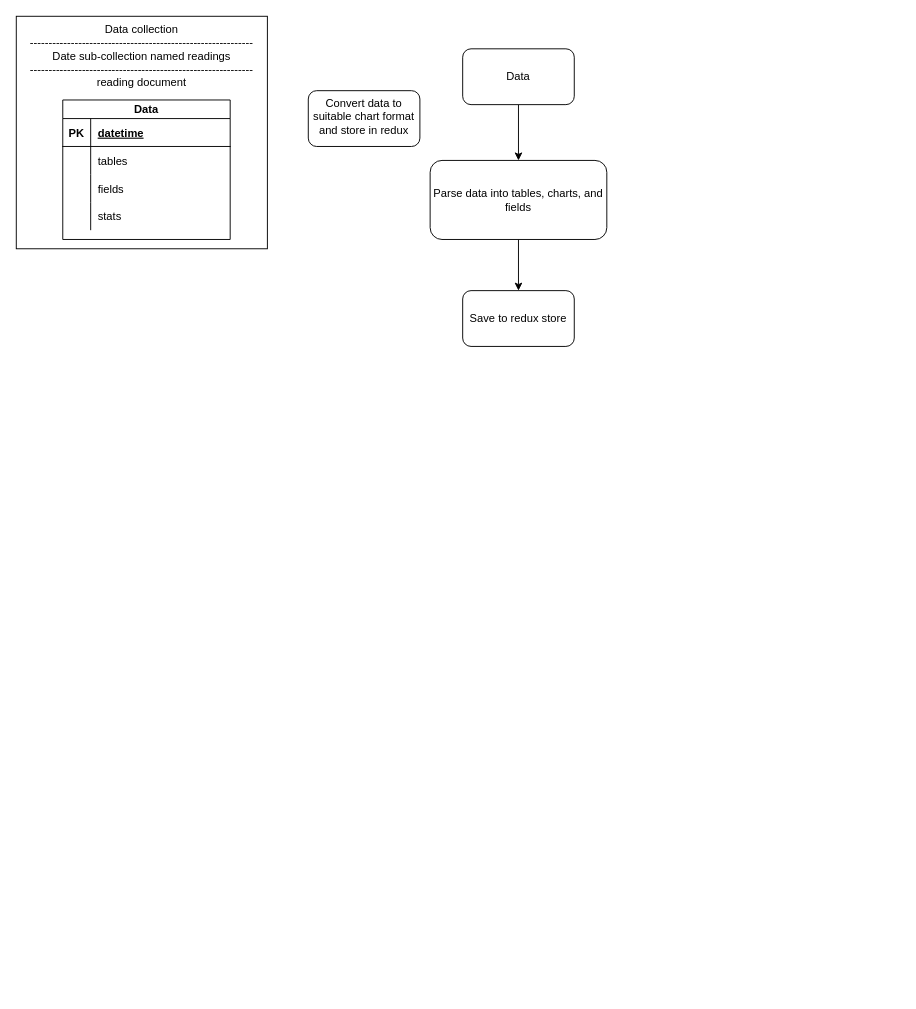
Before: schema.drawio in devnev39/sldc-live, a draw.io diagram. Source tidied: cells renumbered, new cells numbered last; positions are measured from the earlier drawing's top-left corner, leaving out a move shared by most shapes. Both pictures are drawn from the tidied source at 93%, with x=0, y=0 at pixel (16, 16).
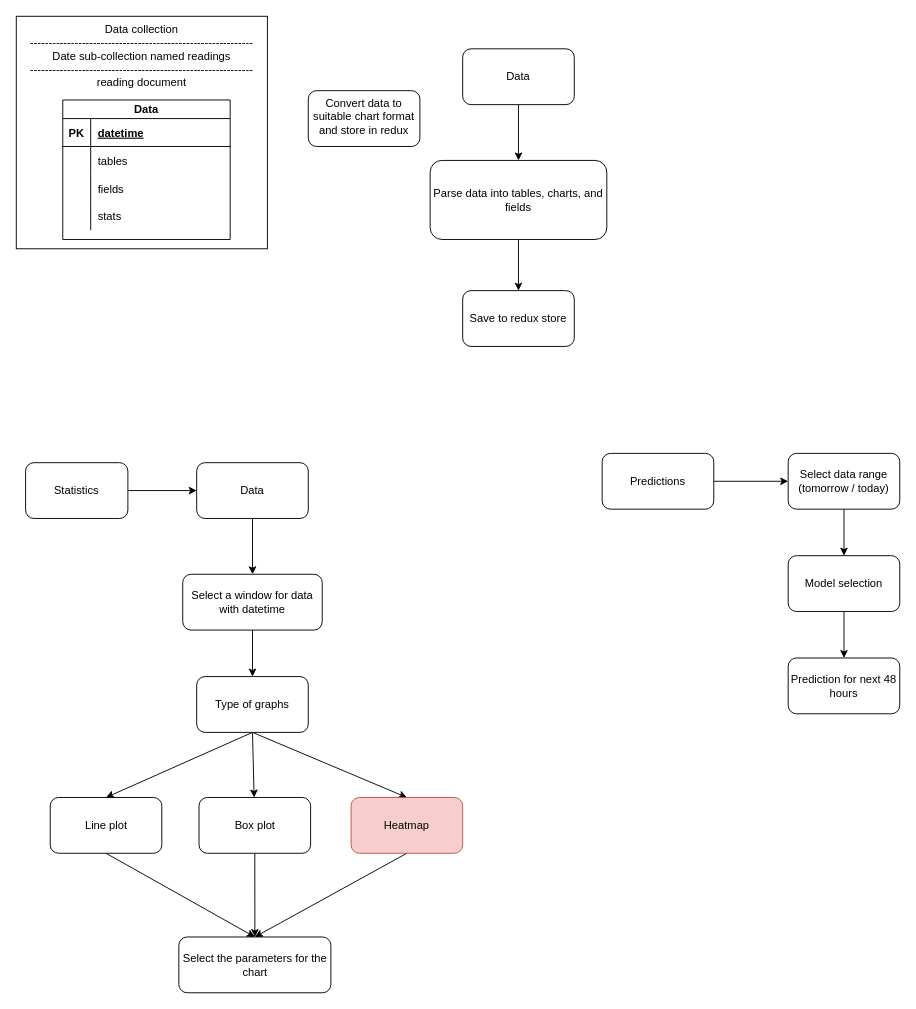
The same page after the edit.

What changed in the source:
```diff
@@
+    <mxCell id="23" style="edgeStyle=none;html=1;entryX=0;entryY=0.5;entryDx=0;entryDy=0;" parent="1" edge="1" source="24" target="26">
+      <mxGeometry relative="1" as="geometry" />
+    </mxCell>
+    <mxCell id="24" value="Statistics" style="rounded=1;whiteSpace=wrap;html=1;" parent="1" vertex="1">
+      <mxGeometry x="10" y="480" width="110" height="60" as="geometry" />
+    </mxCell>
+    <mxCell id="25" style="edgeStyle=none;html=1;exitX=0.5;exitY=1;exitDx=0;exitDy=0;entryX=0.5;entryY=0;entryDx=0;entryDy=0;" parent="1" edge="1" source="26" target="28">
+      <mxGeometry relative="1" as="geometry" />
+    </mxCell>
+    <mxCell id="26" value="Data" style="rounded=1;whiteSpace=wrap;html=1;" parent="1" vertex="1">
+      <mxGeometry x="194" y="480" width="120" height="60" as="geometry" />
+    </mxCell>
+    <mxCell id="27" style="edgeStyle=none;html=1;entryX=0.5;entryY=0;entryDx=0;entryDy=0;" parent="1" edge="1" source="28" target="32">
+      <mxGeometry relative="1" as="geometry" />
+    </mxCell>
+    <mxCell id="28" value="Select a window for data with datetime" style="whiteSpace=wrap;html=1;rounded=1;" parent="1" vertex="1">
+      <mxGeometry x="179" y="600" width="150" height="60" as="geometry" />
+    </mxCell>
+    <mxCell id="29" style="edgeStyle=none;html=1;entryX=0.5;entryY=0;entryDx=0;entryDy=0;exitX=0.5;exitY=1;exitDx=0;exitDy=0;" parent="1" edge="1" source="32" target="34">
+      <mxGeometry relative="1" as="geometry" />
+    </mxCell>
+    <mxCell id="30" style="edgeStyle=none;html=1;exitX=0.5;exitY=1;exitDx=0;exitDy=0;" parent="1" edge="1" source="32" target="36">
+      <mxGeometry relative="1" as="geometry" />
+    </mxCell>
+    <mxCell id="31" style="edgeStyle=none;html=1;exitX=0.5;exitY=1;exitDx=0;exitDy=0;entryX=0.5;entryY=0;entryDx=0;entryDy=0;" parent="1" edge="1" source="32" target="38">
+      <mxGeometry relative="1" as="geometry" />
+    </mxCell>
+    <mxCell id="32" value="Type of graphs" style="rounded=1;whiteSpace=wrap;html=1;" parent="1" vertex="1">
+      <mxGeometry x="194" y="710" width="120" height="60" as="geometry" />
+    </mxCell>
+    <mxCell id="33" style="edgeStyle=none;html=1;exitX=0.5;exitY=1;exitDx=0;exitDy=0;entryX=0.5;entryY=0;entryDx=0;entryDy=0;" parent="1" edge="1" source="34" target="39">
+      <mxGeometry relative="1" as="geometry" />
+    </mxCell>
+    <mxCell id="34" value="Line plot" style="whiteSpace=wrap;html=1;rounded=1;" parent="1" vertex="1">
+      <mxGeometry x="36.5" y="840" width="120" height="60" as="geometry" />
+    </mxCell>
+    <mxCell id="35" style="edgeStyle=none;html=1;exitX=0.5;exitY=1;exitDx=0;exitDy=0;entryX=0.5;entryY=0;entryDx=0;entryDy=0;" parent="1" edge="1" source="36" target="39">
+      <mxGeometry relative="1" as="geometry" />
+    </mxCell>
+    <mxCell id="36" value="Box plot" style="whiteSpace=wrap;html=1;rounded=1;" parent="1" vertex="1">
+      <mxGeometry x="196.5" y="840" width="120" height="60" as="geometry" />
+    </mxCell>
+    <mxCell id="37" style="edgeStyle=none;html=1;exitX=0.5;exitY=1;exitDx=0;exitDy=0;entryX=0.5;entryY=0;entryDx=0;entryDy=0;" parent="1" edge="1" source="38" target="39">
+      <mxGeometry relative="1" as="geometry" />
+    </mxCell>
+    <mxCell id="38" value="Heatmap" style="whiteSpace=wrap;html=1;rounded=1;fillColor=#f8cecc;strokeColor=#b85450;" parent="1" vertex="1">
+      <mxGeometry x="360" y="840" width="120" height="60" as="geometry" />
+    </mxCell>
+    <mxCell id="39" value="Select the parameters for the chart" style="whiteSpace=wrap;html=1;rounded=1;" parent="1" vertex="1">
+      <mxGeometry x="174.8" y="990" width="163.5" height="60" as="geometry" />
+    </mxCell>
+    <mxCell id="40" style="edgeStyle=none;html=1;exitX=1;exitY=0.5;exitDx=0;exitDy=0;" parent="1" edge="1" source="41" target="43">
+      <mxGeometry relative="1" as="geometry" />
+    </mxCell>
+    <mxCell id="41" value="Predictions" style="rounded=1;whiteSpace=wrap;html=1;" parent="1" vertex="1">
+      <mxGeometry x="630" y="470" width="120" height="60" as="geometry" />
+    </mxCell>
+    <mxCell id="42" style="edgeStyle=none;html=1;entryX=0.5;entryY=0;entryDx=0;entryDy=0;exitX=0.5;exitY=1;exitDx=0;exitDy=0;" parent="1" edge="1" source="43" target="45">
+      <mxGeometry relative="1" as="geometry" />
+    </mxCell>
+    <mxCell id="43" value="Select data range (tomorrow / today)" style="whiteSpace=wrap;html=1;rounded=1;" parent="1" vertex="1">
+      <mxGeometry x="830" y="470" width="120" height="60" as="geometry" />
+    </mxCell>
+    <mxCell id="44" style="edgeStyle=none;html=1;exitX=0.5;exitY=1;exitDx=0;exitDy=0;" parent="1" edge="1" source="45" target="46">
+      <mxGeometry relative="1" as="geometry" />
+    </mxCell>
+    <mxCell id="45" value="Model selection" style="whiteSpace=wrap;html=1;rounded=1;" parent="1" vertex="1">
+      <mxGeometry x="830" y="580" width="120" height="60" as="geometry" />
+    </mxCell>
+    <mxCell id="46" value="Prediction for next 48 hours" style="whiteSpace=wrap;html=1;rounded=1;" parent="1" vertex="1">
+      <mxGeometry x="830" y="690" width="120" height="60" as="geometry" />
+    </mxCell>
```
